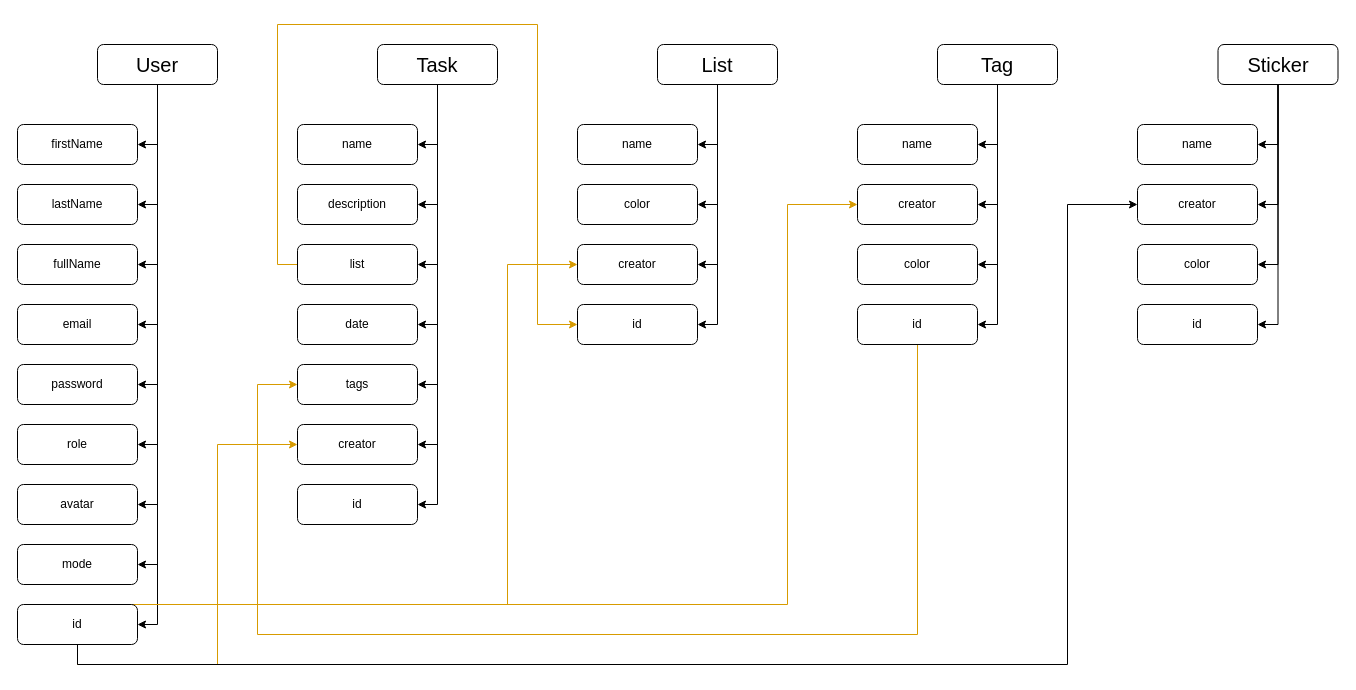
This is tasker.drawio from GeorgeShvab/diagrams, a draw.io file, before an edit. Source tidied: cells renumbered, new cells numbered last; positions are measured from the earlier drawing's top-left corner, leaving out a move shared by most shapes. Both pictures are drawn from the tidied source at 100%, with x=0, y=0 at pixel (17, 24).
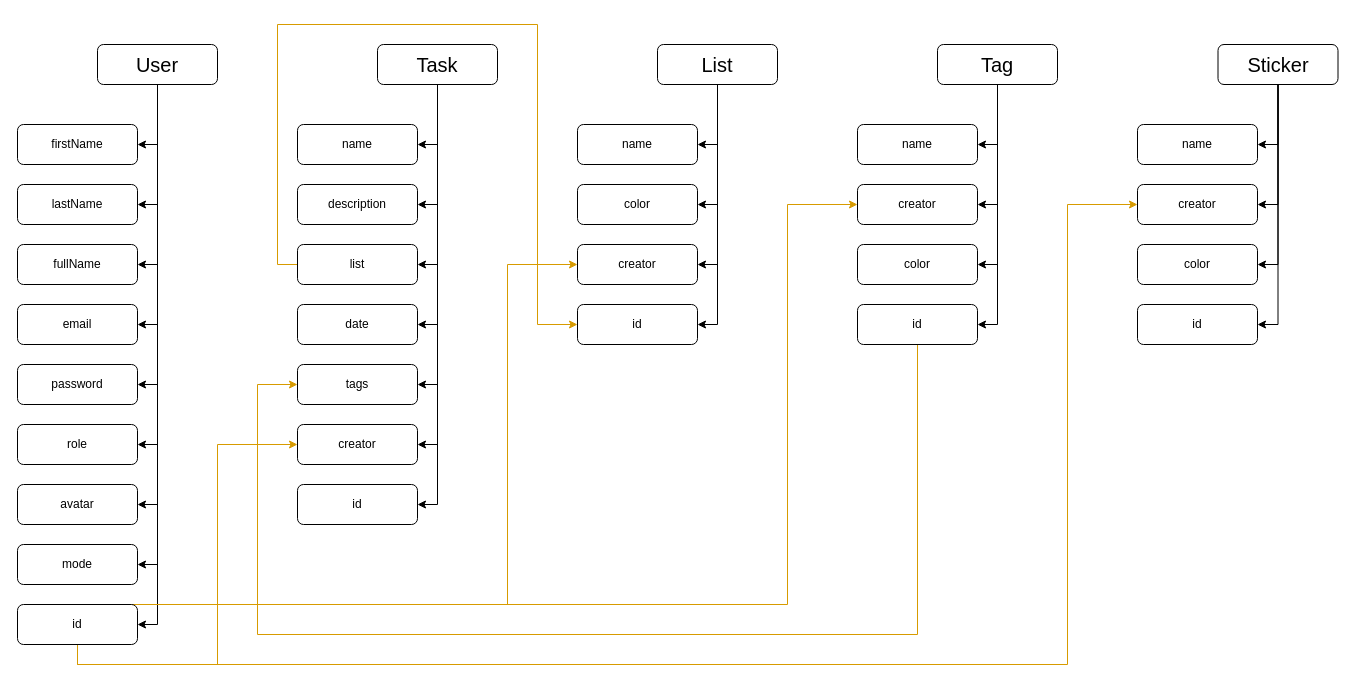
After the change.

Unchanged cells that the change refers to:
```xml
<mxCell id="54" value="&lt;font style=&quot;font-size: 12px;&quot;&gt;id&lt;/font&gt;" style="rounded=1;whiteSpace=wrap;html=1;" parent="1" vertex="1">
  <mxGeometry y="580" width="120" height="40" as="geometry" />
</mxCell>
<mxCell id="66" value="&lt;font style=&quot;font-size: 12px;&quot;&gt;creator&lt;/font&gt;" style="rounded=1;whiteSpace=wrap;html=1;" parent="1" vertex="1">
  <mxGeometry x="1120" y="160" width="120" height="40" as="geometry" />
</mxCell>
```

The edit, as a diff of the source:
```diff
@@
-    <mxCell id="53" style="edgeStyle=orthogonalEdgeStyle;rounded=0;jettySize=auto;html=1;exitX=0.5;exitY=1;exitDx=0;exitDy=0;entryX=0;entryY=0.5;entryDx=0;entryDy=0;fontSize=13;" parent="1" edge="1" source="54" target="66">
+    <mxCell id="53" style="edgeStyle=orthogonalEdgeStyle;rounded=0;jettySize=auto;html=1;exitX=0.5;exitY=1;exitDx=0;exitDy=0;entryX=0;entryY=0.5;entryDx=0;entryDy=0;fontSize=13;fillColor=#ffe6cc;strokeColor=#d79b00;" parent="1" edge="1" source="54" target="66">
       <mxGeometry relative="1" as="geometry">
         <Array as="points">
           <mxPoint x="60" y="640" />
           <mxPoint x="1050" y="640" />
           <mxPoint x="1050" y="180" />
         </Array>
       </mxGeometry>
     </mxCell>
```
